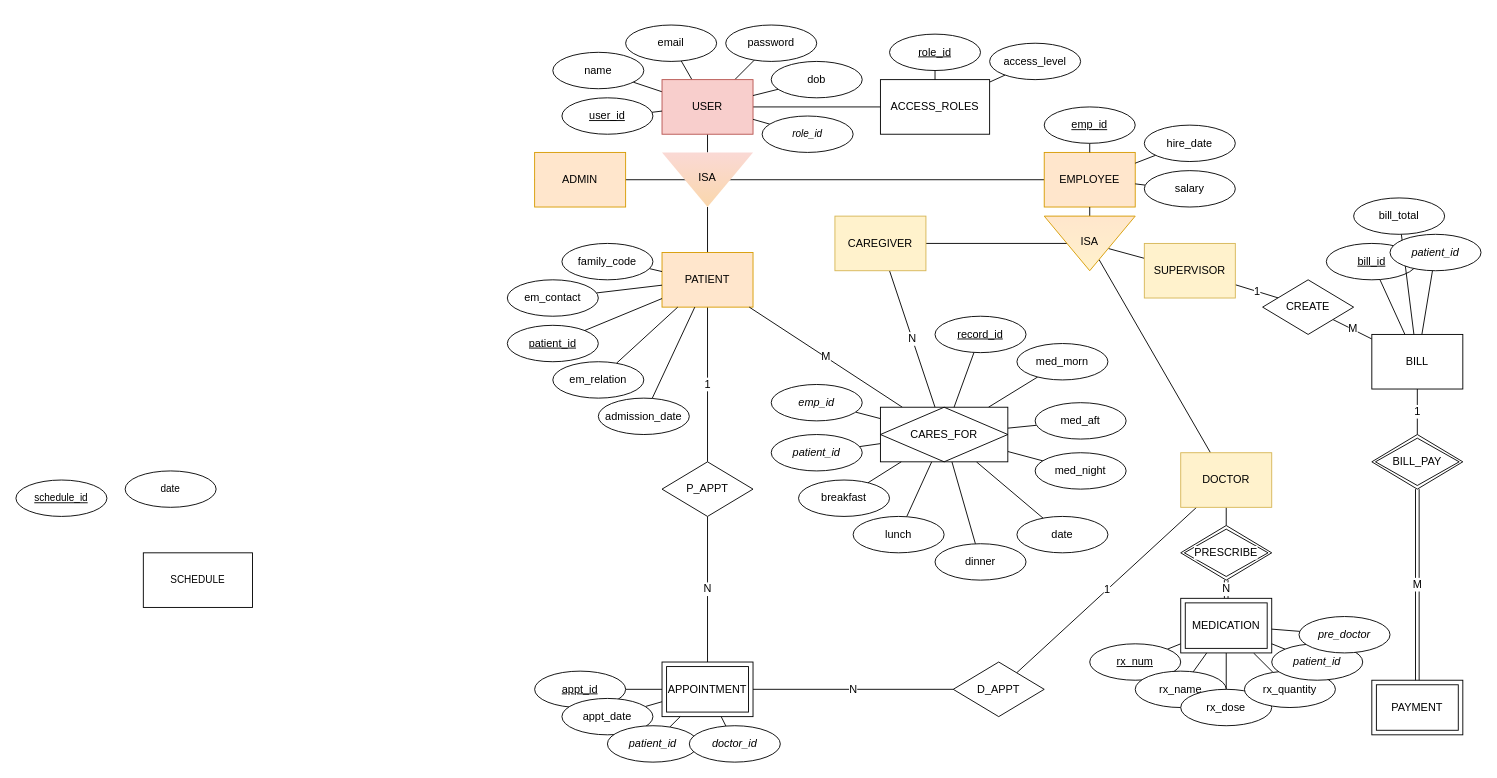
Earlier version of the draw.io diagram ERD.drawio (emott13/aegis). Source tidied: cells renumbered, new cells numbered last; positions are measured from the earlier drawing's top-left corner, leaving out a move shared by most shapes. Both pictures are drawn from the tidied source at 91%, with x=0, y=0 at pixel (15, 25).
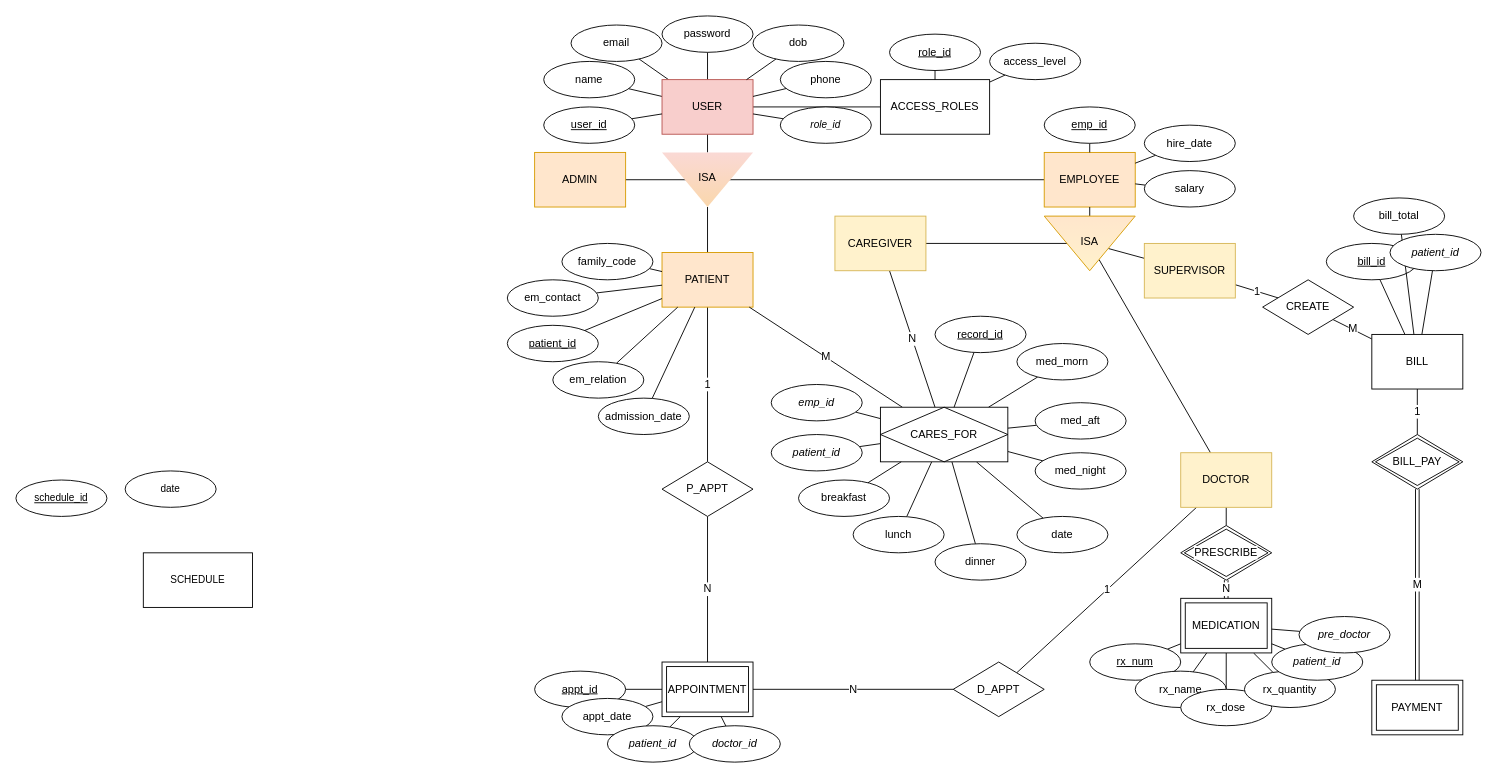
The same diagram, later.

Commit message (it also covers changes not shown here):
Added phone to USER

The change refers to these unchanged cells:
```xml
<mxCell id="7" value="USER" style="whiteSpace=wrap;html=1;align=center;fillColor=#f8cecc;strokeColor=#b85450;" parent="1" vertex="1">
  <mxGeometry x="710" y="60" width="100" height="60" as="geometry" />
</mxCell>
```

Change to the diagram source:
```diff
@@
     <mxCell id="48" value="user_id" style="ellipse;whiteSpace=wrap;html=1;align=center;strokeColor=default;verticalAlign=middle;fontFamily=Helvetica;fontSize=12;fontColor=default;labelBackgroundColor=default;fillColor=default;fontStyle=4;" parent="1" vertex="1">
-      <mxGeometry x="600" y="80" width="100" height="40" as="geometry" />
+      <mxGeometry x="580" y="90" width="100" height="40" as="geometry" />
     </mxCell>
     <mxCell id="49" value="name" style="ellipse;whiteSpace=wrap;html=1;align=center;strokeColor=default;verticalAlign=middle;fontFamily=Helvetica;fontSize=12;fontColor=default;labelBackgroundColor=default;fillColor=default;" parent="1" vertex="1">
-      <mxGeometry x="590" y="30" width="100" height="40" as="geometry" />
+      <mxGeometry x="580" y="40" width="100" height="40" as="geometry" />
     </mxCell>
     <mxCell id="50" value="email" style="ellipse;whiteSpace=wrap;html=1;align=center;strokeColor=default;verticalAlign=middle;fontFamily=Helvetica;fontSize=12;fontColor=default;labelBackgroundColor=default;fillColor=default;" parent="1" vertex="1">
-      <mxGeometry x="670" width="100" height="40" as="geometry" />
+      <mxGeometry x="610" width="100" height="40" as="geometry" />
     </mxCell>
     <mxCell id="51" value="password" style="ellipse;whiteSpace=wrap;html=1;align=center;strokeColor=default;verticalAlign=middle;fontFamily=Helvetica;fontSize=12;fontColor=default;labelBackgroundColor=default;fillColor=default;" parent="1" vertex="1">
-      <mxGeometry x="780" width="100" height="40" as="geometry" />
+      <mxGeometry x="710" y="-10" width="100" height="40" as="geometry" />
     </mxCell>
@@
     <mxCell id="67" value="dob" style="ellipse;whiteSpace=wrap;html=1;align=center;strokeColor=default;verticalAlign=middle;fontFamily=Helvetica;fontSize=12;fontColor=default;labelBackgroundColor=default;fillColor=default;" parent="1" vertex="1">
-      <mxGeometry x="830" y="40" width="100" height="40" as="geometry" />
+      <mxGeometry x="810" width="100" height="40" as="geometry" />
     </mxCell>
@@
     <mxCell id="122" value="&lt;i&gt;role_id&lt;/i&gt;" style="ellipse;whiteSpace=wrap;html=1;align=center;fontFamily=Helvetica;fontSize=11;fontColor=default;labelBackgroundColor=default;" parent="1" vertex="1">
-      <mxGeometry x="820" y="100" width="100" height="40" as="geometry" />
+      <mxGeometry x="840" y="90" width="100" height="40" as="geometry" />
     </mxCell>
@@
+    <mxCell id="125" style="edgeStyle=none;html=1;endArrow=none;endFill=0;" parent="1" edge="1" source="126" target="7">
+      <mxGeometry relative="1" as="geometry" />
+    </mxCell>
+    <mxCell id="126" value="phone" style="ellipse;whiteSpace=wrap;html=1;align=center;strokeColor=default;verticalAlign=middle;fontFamily=Helvetica;fontSize=12;fontColor=default;labelBackgroundColor=default;fillColor=default;" parent="1" vertex="1">
+      <mxGeometry x="840" y="40" width="100" height="40" as="geometry" />
+    </mxCell>
```
